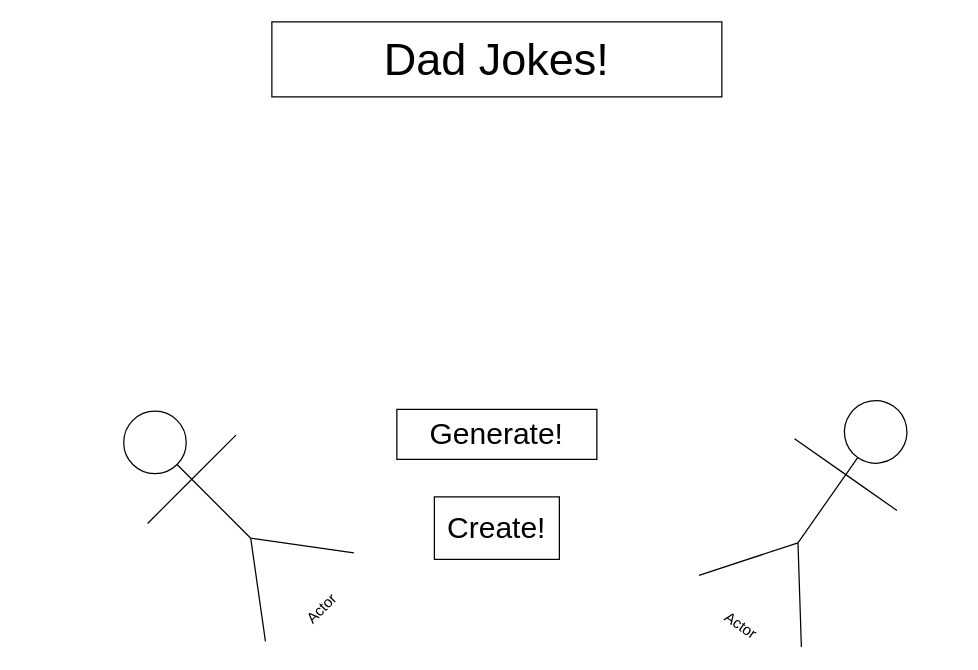
The draw.io diagram P2-Project_Outline/Untitled Diagram.drawio in jlin9695/liftoff-assignments, before the edit. Source tidied: cells renumbered, new cells numbered last; positions are measured from the earlier drawing's top-left corner, leaving out a move shared by most shapes. Both pictures are drawn from the tidied source at 125%, with x=0, y=0 at pixel (159, 21).
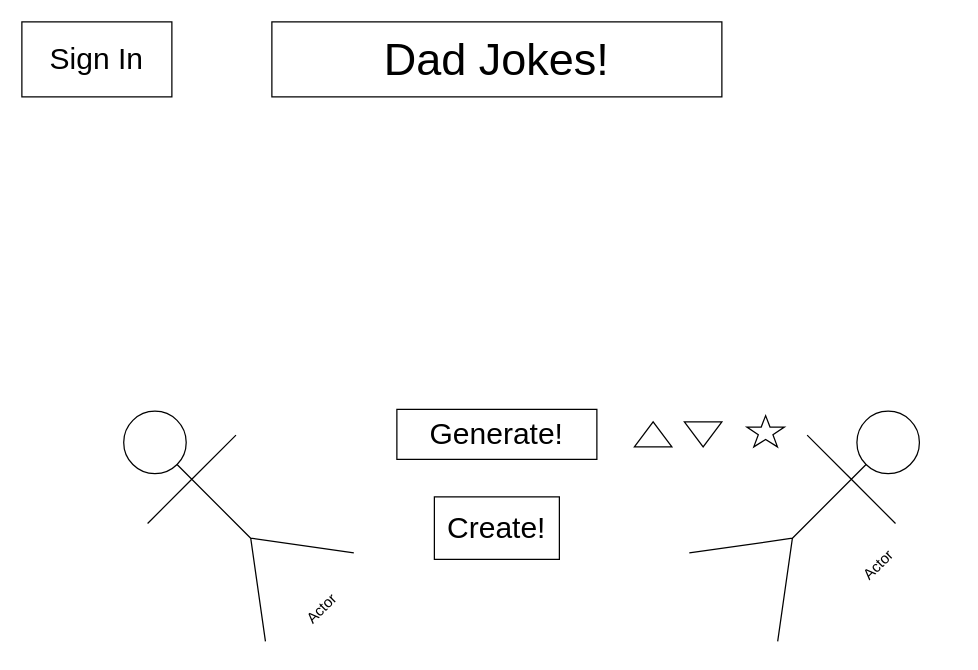
After the change.

Diff of the diagram source:
```diff
@@
 <mxGraphModel>
   <root>
     <mxCell id="0" />
     <mxCell id="1" parent="0" />
     <mxCell id="2" value="&lt;font style=&quot;font-size: 24px;&quot;&gt;Generate!&lt;/font&gt;" style="rounded=0;whiteSpace=wrap;html=1;" parent="1" vertex="1">
       <mxGeometry x="190" y="310" width="160" height="40" as="geometry" />
     </mxCell>
     <mxCell id="3" value="&lt;font style=&quot;font-size: 24px;&quot;&gt;Create!&lt;/font&gt;" style="rounded=0;whiteSpace=wrap;html=1;" parent="1" vertex="1">
       <mxGeometry x="220" y="380" width="100" height="50" as="geometry" />
     </mxCell>
     <mxCell id="4" value="&lt;font style=&quot;font-size: 36px;&quot;&gt;Dad Jokes!&lt;br&gt;&lt;/font&gt;" style="rounded=0;whiteSpace=wrap;html=1;" parent="1" vertex="1">
       <mxGeometry x="90" width="360" height="60" as="geometry" />
     </mxCell>
-    <mxCell id="5" value="Actor" style="shape=umlActor;verticalLabelPosition=bottom;verticalAlign=top;html=1;rotation=-45;" parent="1" vertex="1">
+    <mxCell id="5" value="Actor" style="shape=umlActor;verticalLabelPosition=bottom;verticalAlign=top;html=1;rotation=-45;direction=east;" parent="1" vertex="1">
       <mxGeometry x="-0.5" y="289.5" width="100" height="200" as="geometry" />
     </mxCell>
+    <mxCell id="7" value="&lt;font style=&quot;font-size: 24px;&quot;&gt;Sign In&lt;/font&gt;" style="rounded=0;whiteSpace=wrap;html=1;" parent="1" vertex="1">
+      <mxGeometry x="-110" width="120" height="60" as="geometry" />
+    </mxCell>
-    <mxCell id="6" value="Actor" style="shape=umlActor;verticalLabelPosition=bottom;verticalAlign=top;html=1;rotation=35;" parent="1" vertex="1">
-      <mxGeometry x="480" y="289.5" width="100" height="200" as="geometry" />
+    <mxCell id="6" value="Actor" style="shape=umlActor;verticalLabelPosition=bottom;verticalAlign=top;html=1;rotation=-45;direction=south;" parent="1" vertex="1">
+      <mxGeometry x="430" y="339.5" width="200" height="100" as="geometry" />
     </mxCell>
+    <mxCell id="8" style="triangle;whiteSpace=wrap;html=1;direction=north;" parent="1" vertex="1">
+      <mxGeometry x="380" y="320" width="30" height="20" as="geometry" />
+    </mxCell>
+    <mxCell id="9" style="triangle;whiteSpace=wrap;html=1;direction=south;" parent="1" vertex="1">
+      <mxGeometry x="420" y="320" width="30" height="20" as="geometry" />
+    </mxCell>
+    <mxCell id="10" style="verticalLabelPosition=bottom;verticalAlign=top;html=1;shape=mxgraph.basic.star;" parent="1" vertex="1">
+      <mxGeometry x="470" y="315" width="30" height="25" as="geometry" />
+    </mxCell>
   </root>
 </mxGraphModel>
```
